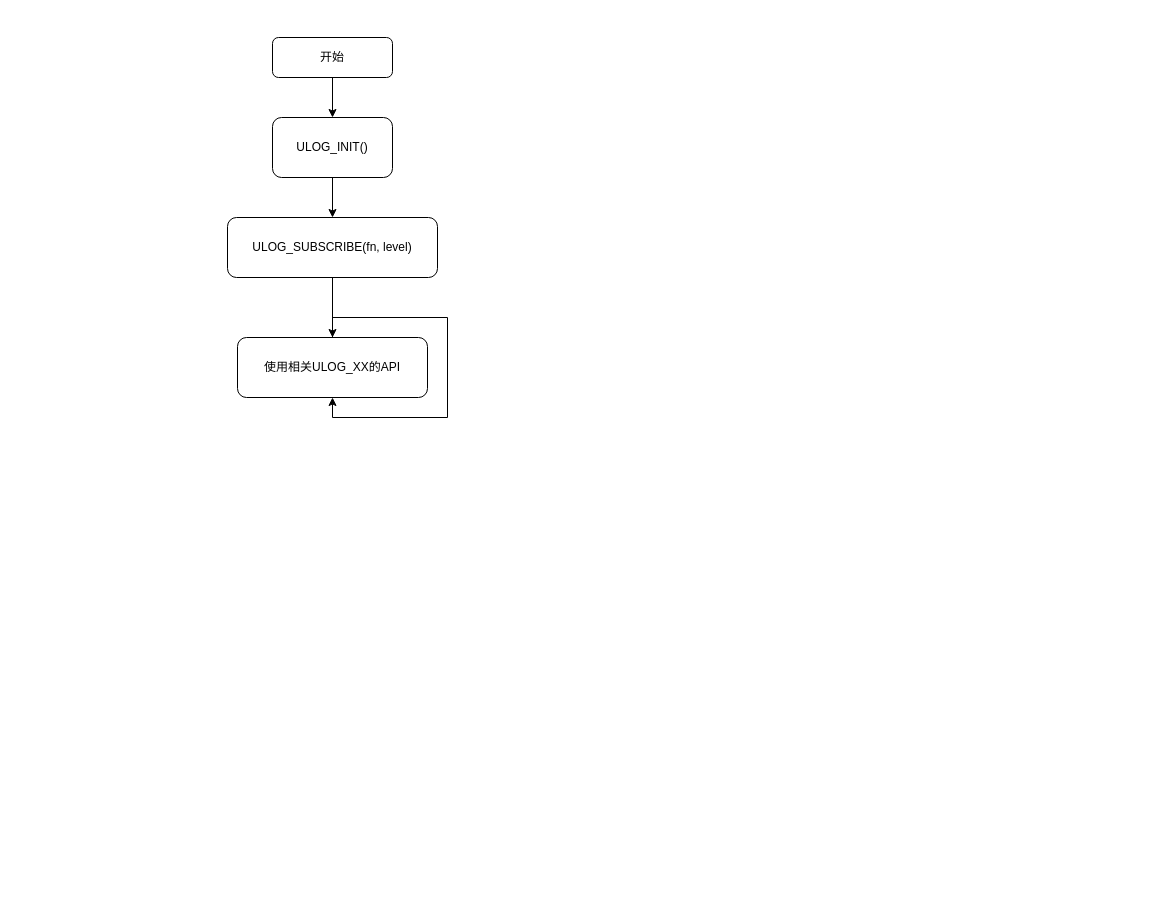
Earlier version of the draw.io diagram draw.io/ulog.drawio (HenleyEn/Note). Source tidied: cells renumbered, new cells numbered last; positions are measured from the earlier drawing's top-left corner, leaving out a move shared by most shapes. Both pictures are drawn from the tidied source at 100%, with x=0, y=0 at pixel (227, 37).
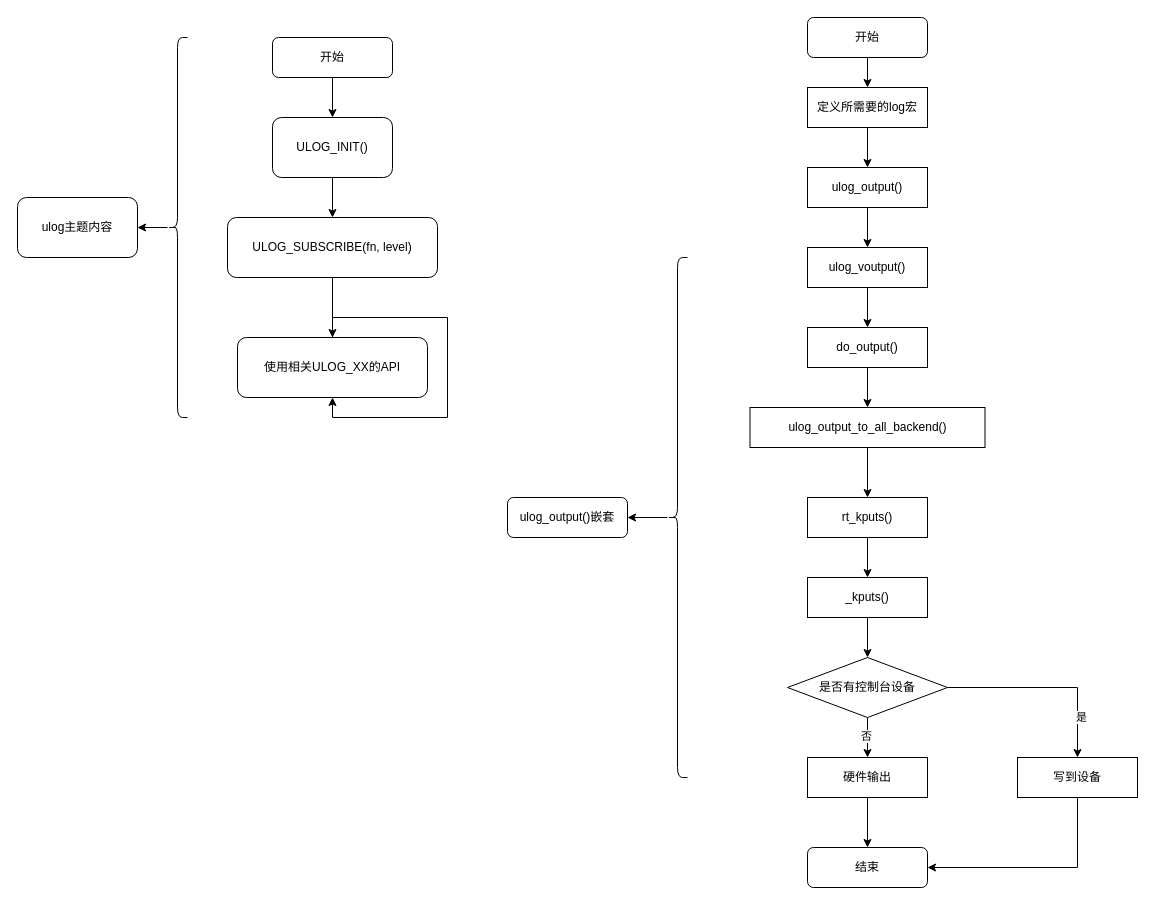
Above is the later version.

Change to the diagram source:
```diff
@@
+    <mxCell id="10" style="edgeStyle=orthogonalEdgeStyle;rounded=0;jettySize=auto;html=1;" parent="1" edge="1" source="11" target="12">
+      <mxGeometry relative="1" as="geometry" />
+    </mxCell>
+    <mxCell id="11" style="shape=curlyBracket;whiteSpace=wrap;html=1;rounded=1;labelPosition=left;verticalLabelPosition=middle;align=right;verticalAlign=middle;" parent="1" vertex="1">
+      <mxGeometry x="-60" width="20" height="380" as="geometry" />
+    </mxCell>
+    <mxCell id="12" value="ulog主题内容" style="rounded=1;whiteSpace=wrap;html=1;align=center;" parent="1" vertex="1">
+      <mxGeometry x="-210" y="160" width="120" height="60" as="geometry" />
+    </mxCell>
+    <mxCell id="13" style="edgeStyle=orthogonalEdgeStyle;rounded=0;jettySize=auto;html=1;exitX=0.5;exitY=1;exitDx=0;exitDy=0;" parent="1" edge="1" source="14" target="16">
+      <mxGeometry relative="1" as="geometry" />
+    </mxCell>
+    <mxCell id="14" value="开始" style="rounded=1;whiteSpace=wrap;html=1;" parent="1" vertex="1">
+      <mxGeometry x="580" y="-20" width="120" height="40" as="geometry" />
+    </mxCell>
+    <mxCell id="15" style="edgeStyle=orthogonalEdgeStyle;rounded=0;jettySize=auto;html=1;" parent="1" edge="1" source="16" target="18">
+      <mxGeometry relative="1" as="geometry" />
+    </mxCell>
+    <mxCell id="16" value="定义所需要的log宏" style="rounded=0;whiteSpace=wrap;html=1;" parent="1" vertex="1">
+      <mxGeometry x="580" y="50" width="120" height="40" as="geometry" />
+    </mxCell>
+    <mxCell id="17" style="edgeStyle=orthogonalEdgeStyle;rounded=0;jettySize=auto;html=1;" parent="1" edge="1" source="18" target="20">
+      <mxGeometry relative="1" as="geometry" />
+    </mxCell>
+    <mxCell id="18" value="ulog_output()" style="whiteSpace=wrap;html=1;rounded=0;" parent="1" vertex="1">
+      <mxGeometry x="580" y="130" width="120" height="40" as="geometry" />
+    </mxCell>
+    <mxCell id="19" style="edgeStyle=orthogonalEdgeStyle;rounded=0;jettySize=auto;html=1;" parent="1" edge="1" source="20" target="22">
+      <mxGeometry relative="1" as="geometry" />
+    </mxCell>
+    <mxCell id="20" value="ulog_voutput()" style="whiteSpace=wrap;html=1;rounded=0;" parent="1" vertex="1">
+      <mxGeometry x="580" y="210" width="120" height="40" as="geometry" />
+    </mxCell>
+    <mxCell id="21" style="edgeStyle=orthogonalEdgeStyle;rounded=0;jettySize=auto;html=1;" parent="1" edge="1" source="22" target="24">
+      <mxGeometry relative="1" as="geometry" />
+    </mxCell>
+    <mxCell id="22" value="do_output()" style="whiteSpace=wrap;html=1;rounded=0;" parent="1" vertex="1">
+      <mxGeometry x="580" y="290" width="120" height="40" as="geometry" />
+    </mxCell>
+    <mxCell id="23" style="edgeStyle=orthogonalEdgeStyle;rounded=0;jettySize=auto;html=1;" parent="1" edge="1" source="24" target="26">
+      <mxGeometry relative="1" as="geometry" />
+    </mxCell>
+    <mxCell id="24" value="ulog_output_to_all_backend()" style="whiteSpace=wrap;html=1;rounded=0;" parent="1" vertex="1">
+      <mxGeometry x="522.5" y="370" width="235" height="40" as="geometry" />
+    </mxCell>
+    <mxCell id="25" style="edgeStyle=orthogonalEdgeStyle;rounded=0;jettySize=auto;html=1;" parent="1" edge="1" source="26" target="28">
+      <mxGeometry relative="1" as="geometry" />
+    </mxCell>
+    <mxCell id="26" value="rt_kputs()" style="whiteSpace=wrap;html=1;rounded=0;" parent="1" vertex="1">
+      <mxGeometry x="580" y="460" width="120" height="40" as="geometry" />
+    </mxCell>
+    <mxCell id="27" style="edgeStyle=orthogonalEdgeStyle;rounded=0;jettySize=auto;html=1;" parent="1" edge="1" source="28" target="33">
+      <mxGeometry relative="1" as="geometry" />
+    </mxCell>
+    <mxCell id="28" value="_kputs()" style="whiteSpace=wrap;html=1;rounded=0;" parent="1" vertex="1">
+      <mxGeometry x="580" y="540" width="120" height="40" as="geometry" />
+    </mxCell>
+    <mxCell id="29" style="edgeStyle=orthogonalEdgeStyle;rounded=0;jettySize=auto;html=1;" parent="1" edge="1" source="33" target="35">
+      <mxGeometry relative="1" as="geometry" />
+    </mxCell>
+    <mxCell id="30" value="否" style="edgeLabel;html=1;align=center;verticalAlign=middle;" parent="29" vertex="1">
+      <mxGeometry x="-0.1" y="-2" relative="1" as="geometry" />
+    </mxCell>
+    <mxCell id="31" style="edgeStyle=orthogonalEdgeStyle;rounded=0;jettySize=auto;html=1;" parent="1" edge="1" source="33" target="37">
+      <mxGeometry relative="1" as="geometry" />
+    </mxCell>
+    <mxCell id="32" value="是" style="edgeLabel;html=1;align=center;verticalAlign=middle;" parent="31" vertex="1">
+      <mxGeometry x="0.59" y="3" relative="1" as="geometry" />
+    </mxCell>
+    <mxCell id="33" value="是否有控制台设备" style="rhombus;whiteSpace=wrap;html=1;rounded=0;" parent="1" vertex="1">
+      <mxGeometry x="560" y="620" width="160" height="60" as="geometry" />
+    </mxCell>
+    <mxCell id="34" style="edgeStyle=orthogonalEdgeStyle;rounded=0;jettySize=auto;html=1;exitX=0.5;exitY=1;exitDx=0;exitDy=0;" parent="1" edge="1" source="35" target="38">
+      <mxGeometry relative="1" as="geometry" />
+    </mxCell>
+    <mxCell id="35" value="硬件输出" style="whiteSpace=wrap;html=1;rounded=0;" parent="1" vertex="1">
+      <mxGeometry x="580" y="720" width="120" height="40" as="geometry" />
+    </mxCell>
+    <mxCell id="36" style="edgeStyle=orthogonalEdgeStyle;rounded=0;jettySize=auto;html=1;exitX=0.5;exitY=1;exitDx=0;exitDy=0;entryX=1;entryY=0.5;entryDx=0;entryDy=0;" parent="1" edge="1" source="37" target="38">
+      <mxGeometry relative="1" as="geometry" />
+    </mxCell>
+    <mxCell id="37" value="写到设备" style="whiteSpace=wrap;html=1;rounded=0;" parent="1" vertex="1">
+      <mxGeometry x="790" y="720" width="120" height="40" as="geometry" />
+    </mxCell>
+    <mxCell id="38" value="结束" style="rounded=1;whiteSpace=wrap;html=1;" parent="1" vertex="1">
+      <mxGeometry x="580" y="810" width="120" height="40" as="geometry" />
+    </mxCell>
+    <mxCell id="39" style="edgeStyle=orthogonalEdgeStyle;rounded=0;jettySize=auto;html=1;" parent="1" edge="1" source="40" target="41">
+      <mxGeometry relative="1" as="geometry" />
+    </mxCell>
+    <mxCell id="40" style="shape=curlyBracket;whiteSpace=wrap;html=1;rounded=1;labelPosition=left;verticalLabelPosition=middle;align=right;verticalAlign=middle;" parent="1" vertex="1">
+      <mxGeometry x="440" y="220" width="20" height="520" as="geometry" />
+    </mxCell>
+    <mxCell id="41" value="ulog_output()嵌套" style="whiteSpace=wrap;html=1;align=center;rounded=1;" parent="1" vertex="1">
+      <mxGeometry x="280" y="460" width="120" height="40" as="geometry" />
+    </mxCell>
```
